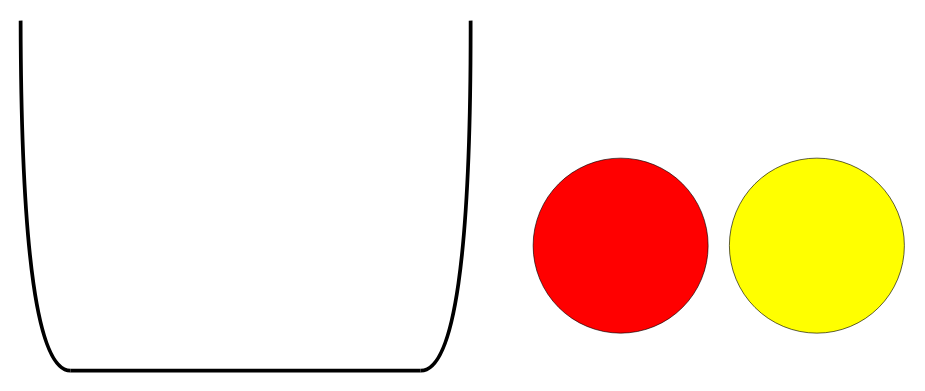
This is src/web_version/images/Drawings.drawio from Terra-Numerica/Reinforcement-Learning, a draw.io file, before an edit. Source tidied: cells renumbered, new cells numbered last; positions are measured from the earlier drawing's top-left corner, leaving out a move shared by most shapes. Both pictures are drawn from the tidied source at 125%, with x=0, y=0 at pixel (20, 20).
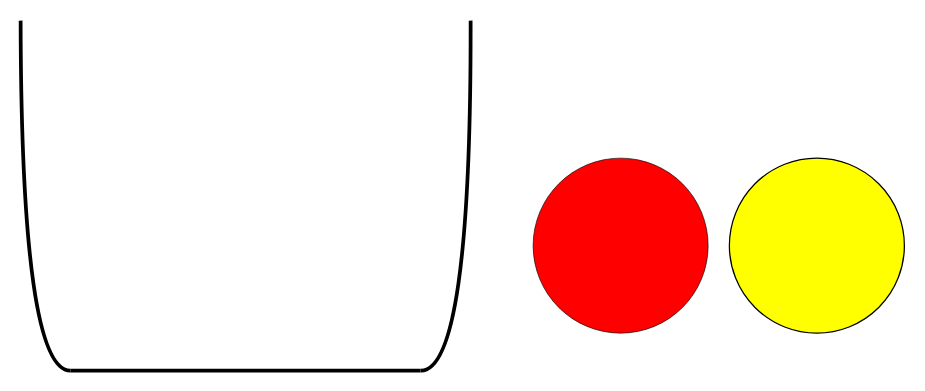
The same page after the edit.

The edit, as a diff of the source:
```diff
@@
 <mxGraphModel>
   <root>
     <mxCell id="0" />
     <mxCell id="1" parent="0" />
     <mxCell id="2" style="endArrow=none;html=1;rounded=0;strokeWidth=3;" parent="1" edge="1">
       <mxGeometry relative="1" as="geometry">
         <mxPoint x="40" y="280" as="sourcePoint" />
         <mxPoint x="320" y="280" as="targetPoint" />
       </mxGeometry>
     </mxCell>
     <mxCell id="3" style="endArrow=none;html=1;rounded=0;edgeStyle=orthogonalEdgeStyle;curved=1;strokeWidth=3;" parent="1" edge="1">
       <mxGeometry relative="1" as="geometry">
         <mxPoint x="40" y="280" as="sourcePoint" />
         <mxPoint as="targetPoint" />
       </mxGeometry>
     </mxCell>
     <mxCell id="4" style="ellipse;whiteSpace=wrap;html=1;fillColor=#FF0000;strokeColor=default;strokeWidth=0.5;" parent="1" vertex="1">
       <mxGeometry x="410" y="110" width="140" height="140" as="geometry" />
     </mxCell>
     <mxCell id="5" style="endArrow=none;html=1;rounded=0;edgeStyle=orthogonalEdgeStyle;curved=1;strokeWidth=3;" parent="1" edge="1">
       <mxGeometry relative="1" as="geometry">
         <mxPoint x="320" y="280" as="sourcePoint" />
         <mxPoint x="360" as="targetPoint" />
       </mxGeometry>
     </mxCell>
-    <mxCell id="6" style="ellipse;whiteSpace=wrap;html=1;fillColor=#FFFF00;strokeColor=default;strokeWidth=0.5;" parent="1" vertex="1">
+    <mxCell id="6" style="ellipse;whiteSpace=wrap;html=1;fillColor=#FFFF00;strokeColor=default;strokeWidth=1;" parent="1" vertex="1">
       <mxGeometry x="567" y="110" width="140" height="140" as="geometry" />
     </mxCell>
   </root>
 </mxGraphModel>
```
